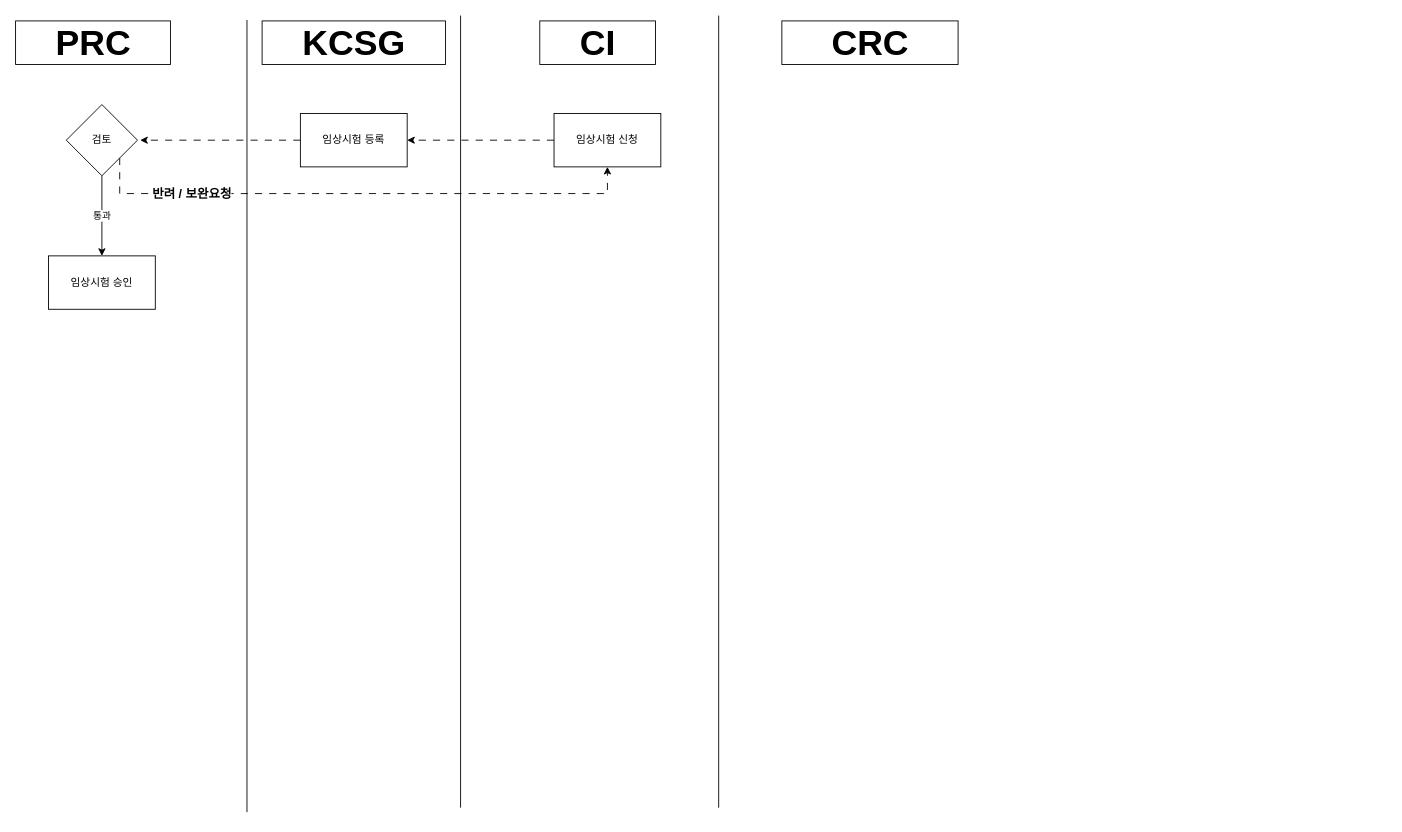
Above: Algo/withSystem.drawio in Mark1237200/Projects (draw.io), before the change. Source tidied: cells renumbered, new cells numbered last; positions are measured from the earlier drawing's top-left corner, leaving out a move shared by most shapes. Both pictures are drawn from the tidied source at 89%, with x=0, y=0 at pixel (48, 15).
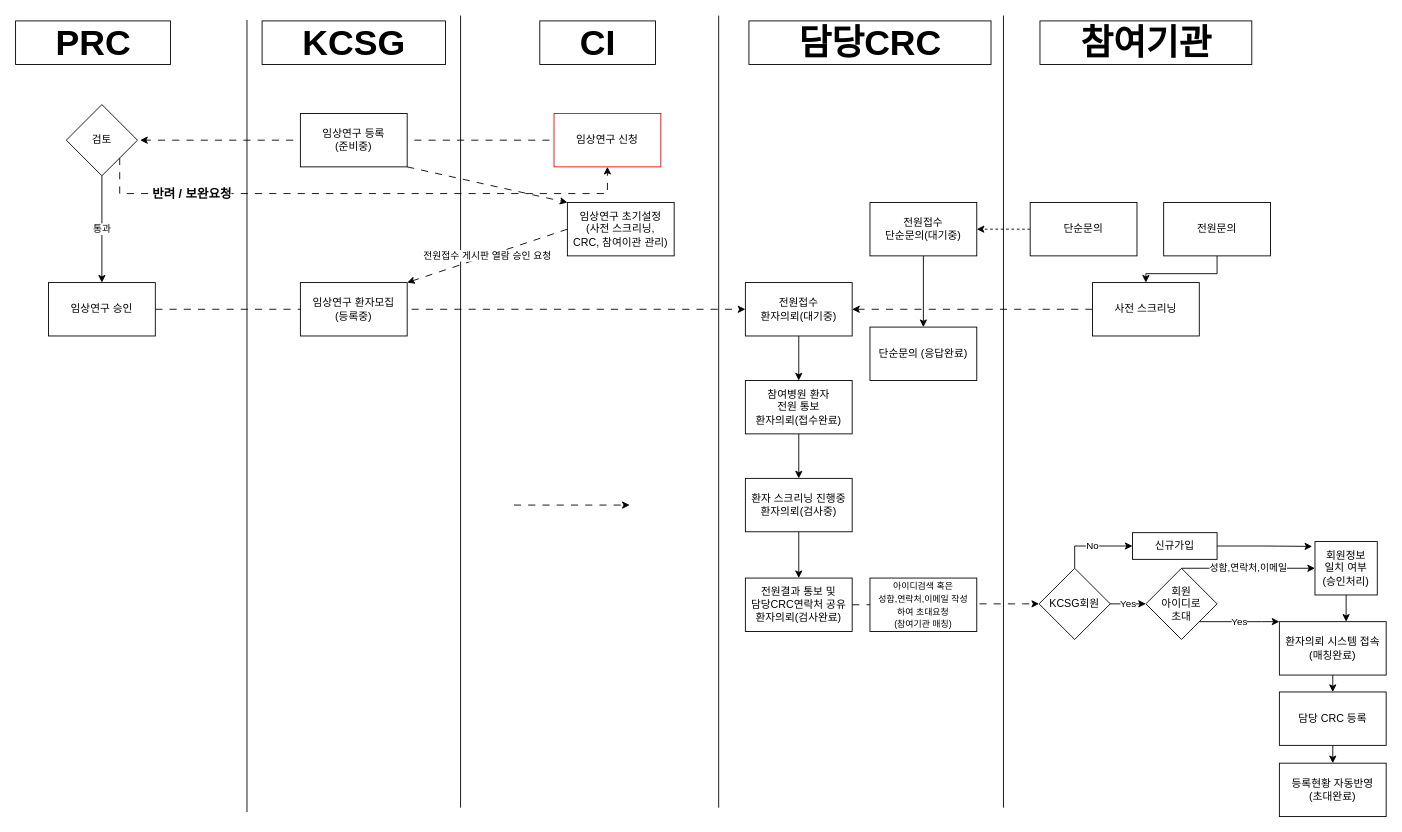
After the change.

Commit message:
process chart v0.1

Change to the diagram source:
```diff
@@
-    <mxCell id="6" value="&amp;nbsp; &amp;nbsp; &amp;nbsp;CRC&amp;nbsp; &amp;nbsp; &amp;nbsp;" style="text;strokeColor=none;fillColor=none;html=1;fontSize=40;fontStyle=1;verticalAlign=middle;align=center;labelBackgroundColor=#ffffff;labelBorderColor=default;" parent="1" vertex="1">
+    <mxCell id="6" value="&amp;nbsp; &amp;nbsp; &amp;nbsp;담당CRC&amp;nbsp; &amp;nbsp; &amp;nbsp;" style="text;strokeColor=none;fillColor=none;html=1;fontSize=40;fontStyle=1;verticalAlign=middle;align=center;labelBackgroundColor=#ffffff;labelBorderColor=default;" parent="1" vertex="1">
       <mxGeometry x="873" y="10" width="100" height="40" as="geometry" />
     </mxCell>
-    <mxCell id="7" style="edgeStyle=orthogonalEdgeStyle;rounded=0;jettySize=auto;html=1;exitX=0;exitY=0.5;exitDx=0;exitDy=0;dashed=1;dashPattern=8 8;" parent="1" edge="1" source="16">
+    <mxCell id="7" style="edgeStyle=orthogonalEdgeStyle;rounded=0;orthogonalLoop=1;jettySize=auto;html=1;dashed=1;dashPattern=8 8;" parent="1" edge="1">
       <mxGeometry relative="1" as="geometry">
+        <mxPoint x="563" y="140" as="sourcePoint" />
         <mxPoint x="103" y="140" as="targetPoint" />
       </mxGeometry>
     </mxCell>
-    <mxCell id="8" value="임상시험 신청" style="rounded=0;whiteSpace=wrap;html=1;" parent="1" vertex="1">
+    <mxCell id="8" value="임상연구 신청" style="rounded=0;whiteSpace=wrap;html=1;strokeColor=#ff0000;" parent="1" vertex="1">
       <mxGeometry x="568" y="110" width="120" height="60" as="geometry" />
     </mxCell>
@@
+    <mxCell id="17" style="edgeStyle=orthogonalEdgeStyle;rounded=0;jettySize=auto;html=1;exitX=1;exitY=0.5;exitDx=0;exitDy=0;dashed=1;dashPattern=8 8;entryX=0;entryY=0.5;entryDx=0;entryDy=0;" parent="1" edge="1" source="14" target="34">
+      <mxGeometry relative="1" as="geometry" />
+    </mxCell>
-    <mxCell id="14" value="임상시험 승인" style="whiteSpace=wrap;html=1;rounded=0;" parent="1" vertex="1">
-      <mxGeometry y="270" width="120" height="60" as="geometry" />
+    <mxCell id="14" value="임상연구 승인" style="whiteSpace=wrap;html=1;rounded=0;" parent="1" vertex="1">
+      <mxGeometry y="300" width="120" height="60" as="geometry" />
     </mxCell>
-    <mxCell id="15" style="edgeStyle=orthogonalEdgeStyle;rounded=0;jettySize=auto;html=1;exitX=0;exitY=0.5;exitDx=0;exitDy=0;dashed=1;dashPattern=8 8;" parent="1" edge="1" source="8" target="16">
-      <mxGeometry relative="1" as="geometry">
-        <Array as="points">
-          <mxPoint x="333" y="140" />
-          <mxPoint x="333" y="141" />
-        </Array>
-      </mxGeometry>
-    </mxCell>
+    <mxCell id="18" style="rounded=0;jettySize=auto;html=1;exitX=1;exitY=1;exitDx=0;exitDy=0;dashed=1;dashPattern=8 8;entryX=0;entryY=0;entryDx=0;entryDy=0;" parent="1" edge="1" source="16" target="20">
+      <mxGeometry relative="1" as="geometry" />
+    </mxCell>
-    <mxCell id="16" value="임상시험 등록" style="rounded=0;whiteSpace=wrap;html=1;" parent="1" vertex="1">
+    <mxCell id="16" value="임상연구 등록&lt;br&gt;(준비중)" style="rounded=0;whiteSpace=wrap;html=1;" parent="1" vertex="1">
       <mxGeometry x="283" y="110" width="120" height="60" as="geometry" />
     </mxCell>
+    <mxCell id="19" value="전원접수 게시판 열람 승인 요청" style="rounded=0;jettySize=auto;html=1;exitX=0;exitY=0.5;exitDx=0;exitDy=0;dashed=1;dashPattern=8 8;entryX=1;entryY=0;entryDx=0;entryDy=0;" parent="1" edge="1" source="20" target="22">
+      <mxGeometry relative="1" as="geometry" />
+    </mxCell>
+    <mxCell id="20" value="임상연구 초기설정&lt;br&gt;(사전 스크리닝,&lt;br&gt;CRC, 참여이관 관리)" style="rounded=0;whiteSpace=wrap;html=1;" parent="1" vertex="1">
+      <mxGeometry x="583" y="210" width="120" height="60" as="geometry" />
+    </mxCell>
+    <mxCell id="21" style="edgeStyle=orthogonalEdgeStyle;rounded=0;orthogonalLoop=1;jettySize=auto;html=1;dashed=1;dashPattern=8 8;" parent="1" edge="1">
+      <mxGeometry relative="1" as="geometry">
+        <mxPoint x="523" y="550" as="sourcePoint" />
+        <mxPoint x="653" y="550" as="targetPoint" />
+      </mxGeometry>
+    </mxCell>
+    <mxCell id="22" value="임상연구 환자모집&lt;br&gt;(등록중)" style="rounded=0;whiteSpace=wrap;html=1;" parent="1" vertex="1">
+      <mxGeometry x="283" y="300" width="120" height="60" as="geometry" />
+    </mxCell>
+    <mxCell id="23" style="endArrow=none;html=1;rounded=0;" parent="1" edge="1">
+      <mxGeometry relative="1" as="geometry">
+        <mxPoint x="1073" y="890" as="sourcePoint" />
+        <mxPoint x="1073" as="targetPoint" />
+      </mxGeometry>
+    </mxCell>
+    <mxCell id="24" value="&amp;nbsp; &amp;nbsp; 참여기관&amp;nbsp; &amp;nbsp;&amp;nbsp;" style="text;strokeColor=none;fillColor=none;html=1;fontSize=40;fontStyle=1;verticalAlign=middle;align=center;labelBackgroundColor=#ffffff;labelBorderColor=default;" parent="1" vertex="1">
+      <mxGeometry x="1153" y="10" width="160" height="40" as="geometry" />
+    </mxCell>
+    <mxCell id="25" style="edgeStyle=orthogonalEdgeStyle;rounded=0;jettySize=auto;html=1;dashed=1;dashPattern=8 8;exitX=0;exitY=0.5;exitDx=0;exitDy=0;entryX=1;entryY=0.5;entryDx=0;entryDy=0;" parent="1" edge="1" source="28" target="34">
+      <mxGeometry relative="1" as="geometry" />
+    </mxCell>
+    <mxCell id="26" style="edgeStyle=orthogonalEdgeStyle;rounded=0;jettySize=auto;html=1;" parent="1" edge="1" source="27" target="28">
+      <mxGeometry relative="1" as="geometry" />
+    </mxCell>
+    <mxCell id="27" value="전원문의" style="rounded=0;whiteSpace=wrap;html=1;" parent="1" vertex="1">
+      <mxGeometry x="1253" y="210" width="120" height="60" as="geometry" />
+    </mxCell>
+    <mxCell id="28" value="사전 스크리닝" style="whiteSpace=wrap;html=1;rounded=0;" parent="1" vertex="1">
+      <mxGeometry x="1173" y="300" width="120" height="60" as="geometry" />
+    </mxCell>
+    <mxCell id="29" style="edgeStyle=orthogonalEdgeStyle;rounded=0;jettySize=auto;html=1;exitX=0;exitY=0.5;exitDx=0;exitDy=0;entryX=1;entryY=0.5;entryDx=0;entryDy=0;dashed=1;" parent="1" edge="1" source="30" target="32">
+      <mxGeometry relative="1" as="geometry" />
+    </mxCell>
+    <mxCell id="30" value="단순문의" style="rounded=0;whiteSpace=wrap;html=1;" parent="1" vertex="1">
+      <mxGeometry x="1103" y="210" width="120" height="60" as="geometry" />
+    </mxCell>
+    <mxCell id="31" style="edgeStyle=orthogonalEdgeStyle;rounded=0;jettySize=auto;html=1;" parent="1" edge="1" source="32" target="39">
+      <mxGeometry relative="1" as="geometry" />
+    </mxCell>
+    <mxCell id="32" value="전원접수&lt;br&gt;단순문의(대기중)" style="rounded=0;whiteSpace=wrap;html=1;" parent="1" vertex="1">
+      <mxGeometry x="923" y="210" width="120" height="60" as="geometry" />
+    </mxCell>
+    <mxCell id="33" style="edgeStyle=orthogonalEdgeStyle;rounded=0;jettySize=auto;html=1;" parent="1" edge="1" source="34" target="36">
+      <mxGeometry relative="1" as="geometry" />
+    </mxCell>
+    <mxCell id="34" value="전원접수&lt;br&gt;환자의뢰(대기중)" style="rounded=0;whiteSpace=wrap;html=1;" parent="1" vertex="1">
+      <mxGeometry x="783" y="300" width="120" height="60" as="geometry" />
+    </mxCell>
+    <mxCell id="35" style="edgeStyle=orthogonalEdgeStyle;rounded=0;jettySize=auto;html=1;" parent="1" edge="1" source="36" target="38">
+      <mxGeometry relative="1" as="geometry" />
+    </mxCell>
+    <mxCell id="36" value="참여병원 환자&lt;br&gt;전원 통보&lt;br&gt;환자의뢰(접수완료)" style="whiteSpace=wrap;html=1;rounded=0;" parent="1" vertex="1">
+      <mxGeometry x="783" y="410" width="120" height="60" as="geometry" />
+    </mxCell>
+    <mxCell id="37" style="edgeStyle=orthogonalEdgeStyle;rounded=0;jettySize=auto;html=1;" parent="1" edge="1" source="38" target="41">
+      <mxGeometry relative="1" as="geometry" />
+    </mxCell>
+    <mxCell id="38" value="환자 스크리닝 진행중&lt;br&gt;환자의뢰(검사중)" style="whiteSpace=wrap;html=1;rounded=0;" parent="1" vertex="1">
+      <mxGeometry x="783" y="520" width="120" height="60" as="geometry" />
+    </mxCell>
+    <mxCell id="39" value="단순문의 (응답완료)" style="rounded=0;whiteSpace=wrap;html=1;" parent="1" vertex="1">
+      <mxGeometry x="923" y="350" width="120" height="60" as="geometry" />
+    </mxCell>
+    <mxCell id="40" style="edgeStyle=orthogonalEdgeStyle;rounded=0;jettySize=auto;html=1;exitX=1;exitY=0.5;exitDx=0;exitDy=0;entryX=0;entryY=0.5;entryDx=0;entryDy=0;dashed=1;dashPattern=8 8;" parent="1" edge="1" source="48">
+      <mxGeometry relative="1" as="geometry">
+        <mxPoint x="1173" y="661" as="targetPoint" />
+      </mxGeometry>
+    </mxCell>
+    <mxCell id="41" value="전원결과 통보 및&lt;br&gt;담당CRC연락처 공유&lt;br&gt;환자의뢰(검사완료)" style="whiteSpace=wrap;html=1;rounded=0;" parent="1" vertex="1">
+      <mxGeometry x="783" y="632" width="120" height="60" as="geometry" />
+    </mxCell>
+    <mxCell id="42" value="No" style="edgeStyle=orthogonalEdgeStyle;rounded=0;jettySize=auto;html=1;exitX=0.5;exitY=0;exitDx=0;exitDy=0;entryX=0;entryY=0.5;entryDx=0;entryDy=0;" parent="1" edge="1" source="48" target="46">
+      <mxGeometry relative="1" as="geometry" />
+    </mxCell>
+    <mxCell id="43" style="edgeStyle=orthogonalEdgeStyle;rounded=0;jettySize=auto;html=1;exitX=0.5;exitY=1;exitDx=0;exitDy=0;entryX=0.5;entryY=0;entryDx=0;entryDy=0;" parent="1" edge="1" source="44" target="56">
+      <mxGeometry relative="1" as="geometry" />
+    </mxCell>
+    <mxCell id="44" value="환자의뢰 시스템 접속&lt;br style=&quot;border-color: var(--border-color);&quot;&gt;(매칭완료)" style="whiteSpace=wrap;html=1;" parent="1" vertex="1">
+      <mxGeometry x="1383" y="681" width="120" height="60" as="geometry" />
+    </mxCell>
+    <mxCell id="45" style="edgeStyle=orthogonalEdgeStyle;rounded=0;jettySize=auto;html=1;exitX=1;exitY=0.5;exitDx=0;exitDy=0;entryX=-0.045;entryY=0.091;entryDx=0;entryDy=0;entryPerimeter=0;" parent="1" edge="1" source="46" target="54">
+      <mxGeometry relative="1" as="geometry" />
+    </mxCell>
+    <mxCell id="46" value="신규가입" style="whiteSpace=wrap;html=1;" parent="1" vertex="1">
+      <mxGeometry x="1218" y="581" width="95" height="30" as="geometry" />
+    </mxCell>
+    <mxCell id="47" style="edgeStyle=orthogonalEdgeStyle;rounded=0;jettySize=auto;html=1;exitX=1;exitY=0.5;exitDx=0;exitDy=0;entryX=0;entryY=0.5;entryDx=0;entryDy=0;dashed=1;dashPattern=8 8;" parent="1" edge="1" source="41" target="48">
+      <mxGeometry relative="1" as="geometry" />
+    </mxCell>
+    <mxCell id="48" value="KCSG회원" style="rhombus;whiteSpace=wrap;html=1;" parent="1" vertex="1">
+      <mxGeometry x="1113" y="621" width="80" height="80" as="geometry" />
+    </mxCell>
+    <mxCell id="49" value="Yes" style="edgeStyle=orthogonalEdgeStyle;rounded=0;jettySize=auto;html=1;" parent="1" edge="1" source="48" target="52">
+      <mxGeometry relative="1" as="geometry" />
+    </mxCell>
+    <mxCell id="50" value="Yes" style="edgeStyle=orthogonalEdgeStyle;rounded=0;jettySize=auto;html=1;exitX=1;exitY=1;exitDx=0;exitDy=0;entryX=0;entryY=0;entryDx=0;entryDy=0;" parent="1" edge="1" source="52" target="44">
+      <mxGeometry relative="1" as="geometry">
+        <Array as="points">
+          <mxPoint x="1363" y="681" />
+          <mxPoint x="1363" y="681" />
+        </Array>
+      </mxGeometry>
+    </mxCell>
+    <mxCell id="51" value="성함,연락처,이메일" style="rounded=0;jettySize=auto;html=1;exitX=0.5;exitY=0;exitDx=0;exitDy=0;entryX=0;entryY=0.5;entryDx=0;entryDy=0;" parent="1" edge="1" source="52">
+      <mxGeometry relative="1" as="geometry">
+        <mxPoint x="1423" y="621" as="targetPoint" />
+      </mxGeometry>
+    </mxCell>
+    <mxCell id="52" value="회원&lt;br&gt;아이디로&lt;br&gt;초대" style="rhombus;whiteSpace=wrap;html=1;" parent="1" vertex="1">
+      <mxGeometry x="1233" y="621" width="80" height="80" as="geometry" />
+    </mxCell>
+    <mxCell id="53" style="edgeStyle=orthogonalEdgeStyle;rounded=0;jettySize=auto;html=1;exitX=0.5;exitY=1;exitDx=0;exitDy=0;entryX=0.625;entryY=0;entryDx=0;entryDy=0;entryPerimeter=0;" parent="1" edge="1" source="54" target="44">
+      <mxGeometry relative="1" as="geometry" />
+    </mxCell>
+    <mxCell id="54" value="&lt;span style=&quot;color: rgb(0, 0, 0); font-family: Helvetica; font-size: 12px; font-style: normal; font-variant-ligatures: normal; font-variant-caps: normal; font-weight: 400; letter-spacing: normal; orphans: 2; text-align: center; text-indent: 0px; text-transform: none; widows: 2; word-spacing: 0px; -webkit-text-stroke-width: 0px; background-color: rgb(251, 251, 251); text-decoration-thickness: initial; text-decoration-style: initial; text-decoration-color: initial; float: none; display: inline !important;&quot;&gt;회원정보&lt;/span&gt;&lt;br style=&quot;border-color: var(--border-color); color: rgb(0, 0, 0); font-family: Helvetica; font-size: 12px; font-style: normal; font-variant-ligatures: normal; font-variant-caps: normal; font-weight: 400; letter-spacing: normal; orphans: 2; text-align: center; text-indent: 0px; text-transform: none; widows: 2; word-spacing: 0px; -webkit-text-stroke-width: 0px; background-color: rgb(251, 251, 251); text-decoration-thickness: initial; text-decoration-style: initial; text-decoration-color: initial;&quot;&gt;&lt;span style=&quot;color: rgb(0, 0, 0); font-family: Helvetica; font-size: 12px; font-style: normal; font-variant-ligatures: normal; font-variant-caps: normal; font-weight: 400; letter-spacing: normal; orphans: 2; text-align: center; text-indent: 0px; text-transform: none; widows: 2; word-spacing: 0px; -webkit-text-stroke-width: 0px; background-color: rgb(251, 251, 251); text-decoration-thickness: initial; text-decoration-style: initial; text-decoration-color: initial; float: none; display: inline !important;&quot;&gt;일치 여부&lt;/span&gt;&lt;br style=&quot;border-color: var(--border-color); color: rgb(0, 0, 0); font-family: Helvetica; font-size: 12px; font-style: normal; font-variant-ligatures: normal; font-variant-caps: normal; font-weight: 400; letter-spacing: normal; orphans: 2; text-align: center; text-indent: 0px; text-transform: none; widows: 2; word-spacing: 0px; -webkit-text-stroke-width: 0px; background-color: rgb(251, 251, 251); text-decoration-thickness: initial; text-decoration-style: initial; text-decoration-color: initial;&quot;&gt;&lt;span style=&quot;color: rgb(0, 0, 0); font-family: Helvetica; font-size: 12px; font-style: normal; font-variant-ligatures: normal; font-variant-caps: normal; font-weight: 400; letter-spacing: normal; orphans: 2; text-align: center; text-indent: 0px; text-transform: none; widows: 2; word-spacing: 0px; -webkit-text-stroke-width: 0px; background-color: rgb(251, 251, 251); text-decoration-thickness: initial; text-decoration-style: initial; text-decoration-color: initial; float: none; display: inline !important;&quot;&gt;(승인처리)&lt;/span&gt;" style="whiteSpace=wrap;html=1;" parent="1" vertex="1">
+      <mxGeometry x="1423" y="591" width="70" height="60" as="geometry" />
+    </mxCell>
+    <mxCell id="55" style="edgeStyle=orthogonalEdgeStyle;rounded=0;jettySize=auto;html=1;exitX=0.5;exitY=1;exitDx=0;exitDy=0;entryX=0.5;entryY=0;entryDx=0;entryDy=0;" parent="1" edge="1" source="56" target="58">
+      <mxGeometry relative="1" as="geometry" />
+    </mxCell>
+    <mxCell id="56" value="담당 CRC 등록" style="whiteSpace=wrap;html=1;" parent="1" vertex="1">
+      <mxGeometry x="1383" y="760" width="120" height="60" as="geometry" />
+    </mxCell>
+    <mxCell id="57" value="&lt;font style=&quot;font-size: 10px;&quot;&gt;아이디검색 혹은&lt;br&gt;성함,연락처,이메일 작성&lt;br&gt;하여 초대요청&lt;br&gt;(참여기관 매칭)&lt;/font&gt;" style="rounded=0;whiteSpace=wrap;html=1;" parent="1" vertex="1">
+      <mxGeometry x="923" y="632" width="120" height="60" as="geometry" />
+    </mxCell>
+    <mxCell id="58" value="등록현황 자동반영&lt;br&gt;(초대완료)" style="whiteSpace=wrap;html=1;" parent="1" vertex="1">
+      <mxGeometry x="1383" y="840" width="120" height="60" as="geometry" />
+    </mxCell>
```
